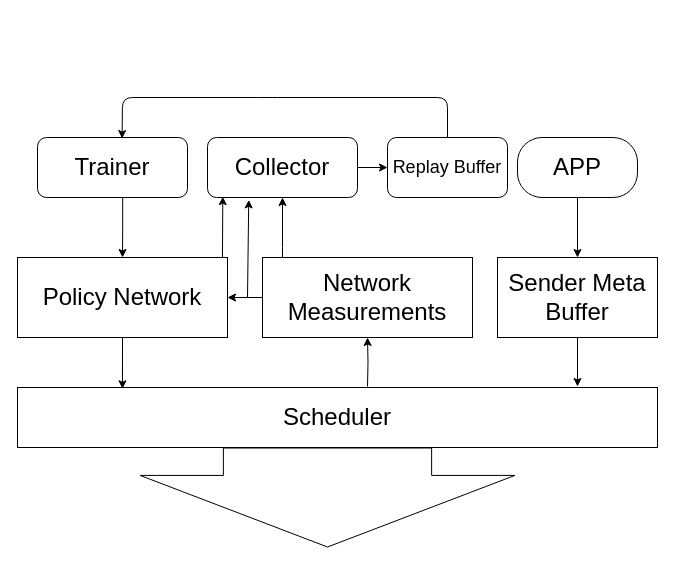
The draw.io diagram Architecture.drawio in I-am-Justice/QUIC-packet-scheduling, before the edit. Source tidied: cells renumbered, new cells numbered last; positions are measured from the earlier drawing's top-left corner, leaving out a move shared by most shapes. Both pictures are drawn from the tidied source at 100%, with x=0, y=0 at pixel (17, 97).
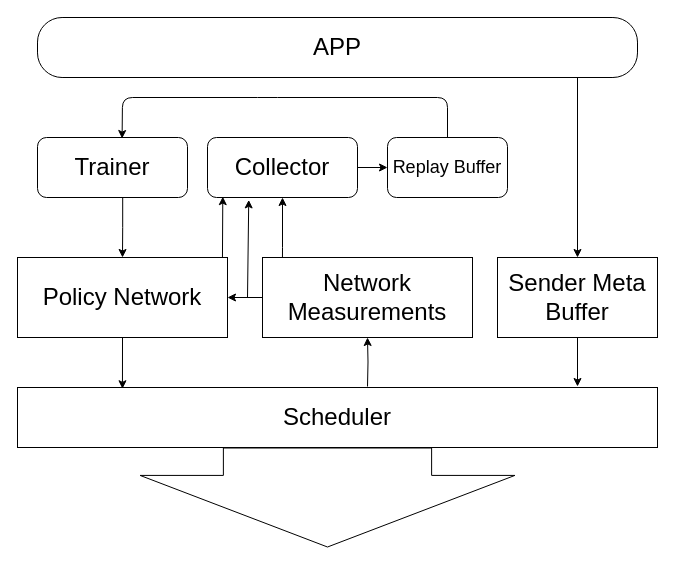
After the change.

Unchanged cells that the change refers to:
```xml
<mxCell id="5" value="&lt;font style=&quot;font-size: 24px&quot;&gt;Sender Meta Buffer&lt;/font&gt;" style="rounded=1;whiteSpace=wrap;html=1;arcSize=0;" parent="1" vertex="1">
  <mxGeometry x="480" y="160" width="160" height="80" as="geometry" />
</mxCell>
```

Change to the diagram source:
```diff
@@
-    <mxCell id="2" style="edgeStyle=orthogonalEdgeStyle;rounded=0;jettySize=auto;html=1;" parent="1" edge="1" source="3" target="5">
+    <mxCell id="2" style="edgeStyle=orthogonalEdgeStyle;rounded=0;jettySize=auto;html=1;exitX=0.9;exitY=1;exitDx=0;exitDy=0;exitPerimeter=0;" parent="1" edge="1" source="3" target="5">
       <mxGeometry relative="1" as="geometry" />
     </mxCell>
     <mxCell id="3" value="&lt;font style=&quot;font-size: 24px&quot;&gt;APP&lt;/font&gt;" style="rounded=1;whiteSpace=wrap;html=1;arcSize=41;" parent="1" vertex="1">
-      <mxGeometry x="500" y="40" width="120" height="60" as="geometry" />
+      <mxGeometry x="20" y="-80" width="600" height="60" as="geometry" />
     </mxCell>
```
